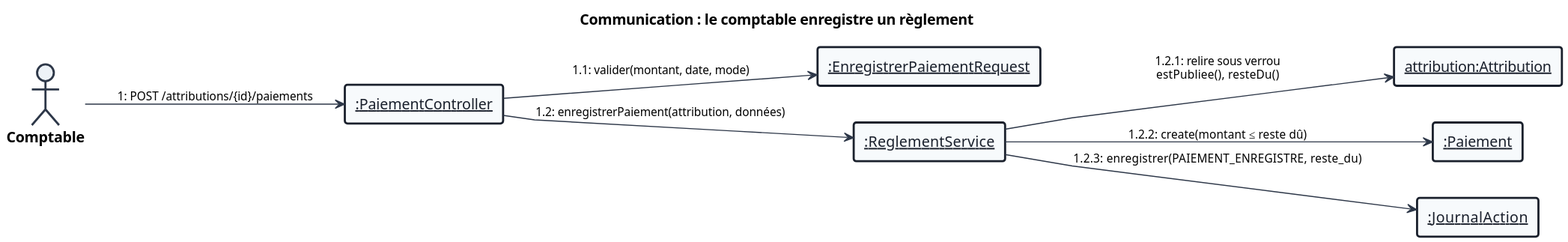
Earlier version of the PlantUML export docs/v2/communication/com_enregistrer_reglement.svg (marasse-codec/ORYZAPP). Source of this version:
```plantuml
@startuml
title Communication : le comptable enregistre un règlement
!include style_communication.puml
left to right direction

actor "Comptable" as Comptable
rectangle "<u>:PaiementController</u>" as Controleur
rectangle "<u>:EnregistrerPaiementRequest</u>" as Requete
rectangle "<u>:ReglementService</u>" as Service
rectangle "<u>attribution:Attribution</u>" as Attribution
rectangle "<u>:Paiement</u>" as Paiement
rectangle "<u>:JournalAction</u>" as Journal

Comptable --> Controleur : 1: POST /attributions/{id}/paiements
Controleur --> Requete : 1.1: valider(montant, date, mode)
Controleur --> Service : 1.2: enregistrerPaiement(attribution, données)
Service --> Attribution : 1.2.1: relire sous verrou\nestPubliee(), resteDu()
Service --> Paiement : 1.2.2: create(montant ≤ reste dû)
Service --> Journal : 1.2.3: enregistrer(PAIEMENT_ENREGISTRE, reste_du)
@enduml
```
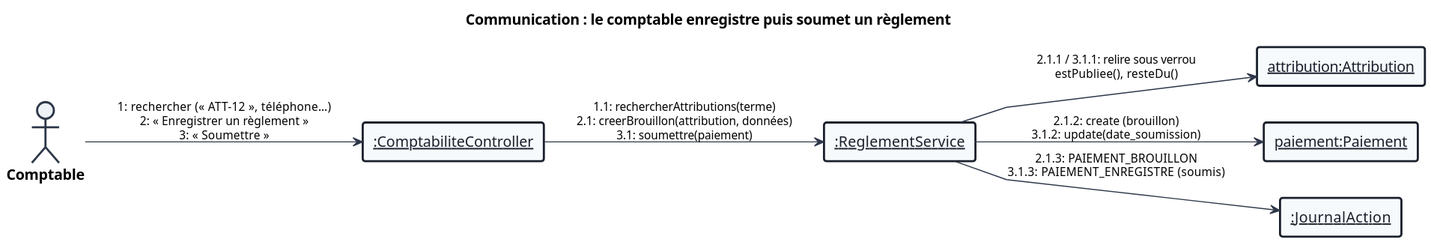
After the change.

Diff of the diagram source:
```diff
@@ -1,20 +1,18 @@
 @startuml
-title Communication : le comptable enregistre un règlement
+title Communication : le comptable enregistre puis soumet un règlement
 !include style_communication.puml
 left to right direction
 
 actor "Comptable" as Comptable
-rectangle "<u>:PaiementController</u>" as Controleur
-rectangle "<u>:EnregistrerPaiementRequest</u>" as Requete
+rectangle "<u>:ComptabiliteController</u>" as Controleur
 rectangle "<u>:ReglementService</u>" as Service
 rectangle "<u>attribution:Attribution</u>" as Attribution
-rectangle "<u>:Paiement</u>" as Paiement
+rectangle "<u>paiement:Paiement</u>" as Paiement
 rectangle "<u>:JournalAction</u>" as Journal
 
-Comptable --> Controleur : 1: POST /attributions/{id}/paiements
-Controleur --> Requete : 1.1: valider(montant, date, mode)
-Controleur --> Service : 1.2: enregistrerPaiement(attribution, données)
-Service --> Attribution : 1.2.1: relire sous verrou\nestPubliee(), resteDu()
-Service --> Paiement : 1.2.2: create(montant ≤ reste dû)
-Service --> Journal : 1.2.3: enregistrer(PAIEMENT_ENREGISTRE, reste_du)
+Comptable --> Controleur : 1: rechercher (« ATT-12 », téléphone…)\n2: « Enregistrer un règlement »\n3: « Soumettre »
+Controleur --> Service : 1.1: rechercherAttributions(terme)\n2.1: creerBrouillon(attribution, données)\n3.1: soumettre(paiement)
+Service --> Attribution : 2.1.1 / 3.1.1: relire sous verrou\nestPubliee(), resteDu()
+Service --> Paiement : 2.1.2: create (brouillon)\n3.1.2: update(date_soumission)
+Service --> Journal : 2.1.3: PAIEMENT_BROUILLON\n3.1.3: PAIEMENT_ENREGISTRE (soumis)
 @enduml
```
